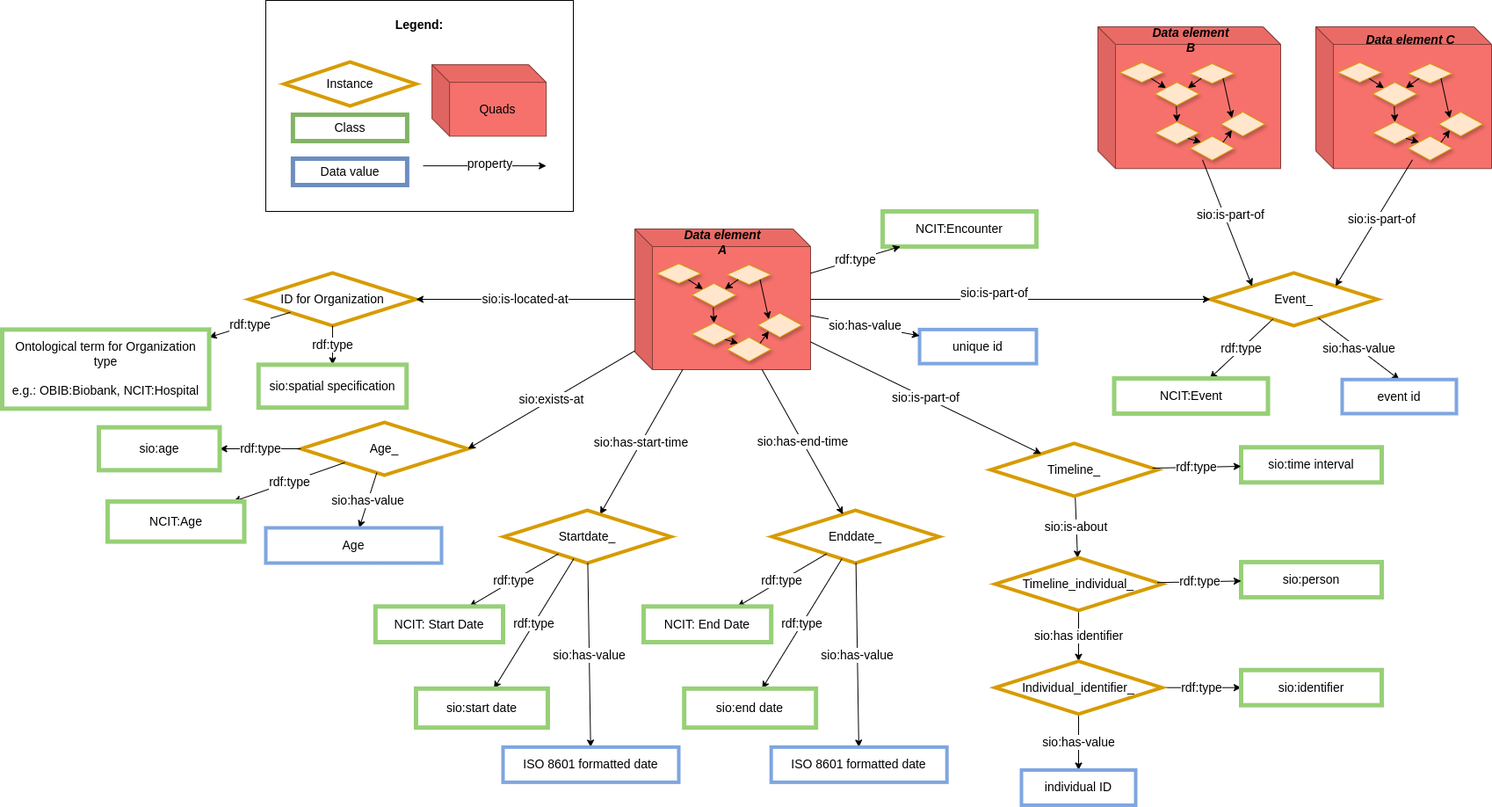
CARE-SM/CARE-Semantic-Model keeps this draw.io diagram as images/CARE-SM-Context.png. Above is the earlier version. Source tidied: cells renumbered, new cells last; positions are measured from the earlier drawing's top-left corner, leaving out a move shared by most shapes.
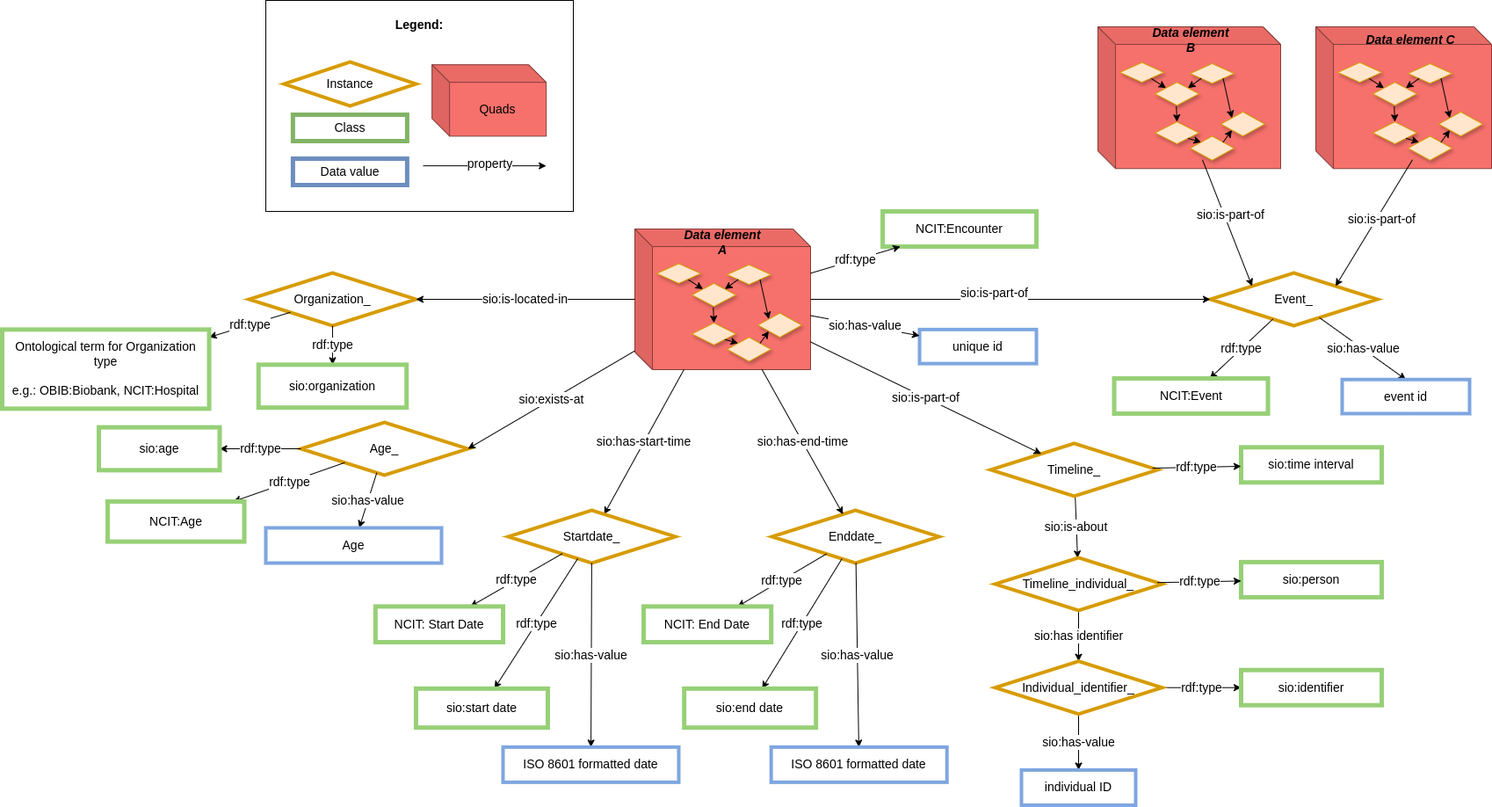
The same diagram one commit later.

What changed in the source:
```diff
@@ -51,7 +51,7 @@
       <mxGeometry relative="1" as="geometry" />
     </mxCell>
     <mxCell id="18" value="&lt;div style=&quot;font-size: 14px;&quot;&gt;&lt;font style=&quot;font-size: 14px;&quot;&gt;event id&lt;/font&gt;&lt;/div&gt;" style="whiteSpace=wrap;html=1;fillColor=#FFFFFF;strokeColor=#7EA6E0;strokeWidth=4;fontSize=14;" parent="1" vertex="1">
-      <mxGeometry x="1525" y="431.2" width="130" height="38.8" as="geometry" />
+      <mxGeometry x="1525" y="431.2" width="145" height="38.8" as="geometry" />
     </mxCell>
     <mxCell id="19" value="Age_" style="rhombus;whiteSpace=wrap;html=1;fillColor=#FFFFFF;strokeColor=#D79B00;strokeWidth=4;fontSize=14;" parent="1" vertex="1">
       <mxGeometry x="340" y="480" width="190" height="60" as="geometry" />
@@ -285,7 +285,7 @@
       <mxGeometry x="489.1" y="73.1" width="130" height="81.2" as="geometry" />
     </mxCell>
     <mxCell id="93" value="Startdate_" style="rhombus;whiteSpace=wrap;html=1;fillColor=#FFFFFF;strokeColor=#D79B00;perimeter=rhombusPerimeter;arcSize=20;comic=0;enumerate=0;strokeWidth=4;rounded=0;fontSize=14;" parent="1" vertex="1">
-      <mxGeometry x="571" y="580" width="190" height="60" as="geometry" />
+      <mxGeometry x="576" y="580" width="190" height="60" as="geometry" />
     </mxCell>
     <mxCell id="94" value="rdf:type" style="edgeStyle=none;rounded=0;jettySize=auto;html=1;fontSize=14;" parent="1" edge="1" source="93" target="95">
       <mxGeometry relative="1" as="geometry" />
@@ -305,16 +305,16 @@
     <mxCell id="99" value="&lt;font style=&quot;font-size: 14px;&quot;&gt;NCIT: Start Date&lt;/font&gt;" style="whiteSpace=wrap;html=1;fillColor=#FFFFFF;strokeColor=#97D077;strokeWidth=5;fontSize=14;" parent="1" vertex="1">
       <mxGeometry x="424.8" y="689.4" width="145.2" height="40.6" as="geometry" />
     </mxCell>
-    <mxCell id="100" value="ID for Organization" style="rhombus;whiteSpace=wrap;html=1;fillColor=#FFFFFF;strokeColor=#D79B00;strokeWidth=4;fontSize=14;" parent="1" vertex="1">
+    <mxCell id="100" value="Organization_" style="rhombus;whiteSpace=wrap;html=1;fillColor=#FFFFFF;strokeColor=#D79B00;strokeWidth=4;fontSize=14;" parent="1" vertex="1">
       <mxGeometry x="281" y="310" width="190" height="60" as="geometry" />
     </mxCell>
     <mxCell id="101" value="rdf:type" style="edgeStyle=none;rounded=0;jettySize=auto;html=1;fontSize=14;" parent="1" edge="1" source="100" target="102">
       <mxGeometry relative="1" as="geometry" />
     </mxCell>
-    <mxCell id="102" value="&lt;div&gt;sio:spatial specification&lt;/div&gt;" style="whiteSpace=wrap;html=1;fillColor=#FFFFFF;strokeColor=#97D077;strokeWidth=5;fontSize=14;" parent="1" vertex="1">
+    <mxCell id="102" value="&lt;div&gt;sio:organization&lt;/div&gt;" style="whiteSpace=wrap;html=1;fillColor=#FFFFFF;strokeColor=#97D077;strokeWidth=5;fontSize=14;" parent="1" vertex="1">
       <mxGeometry x="291.7" y="414.4" width="168.5" height="48.8" as="geometry" />
     </mxCell>
-    <mxCell id="103" value="&lt;font style=&quot;font-size: 14px;&quot;&gt;sio:is-located-at&lt;/font&gt;" style="rounded=0;jettySize=auto;html=1;fontSize=14;" parent="1" edge="1" source="27" target="100">
+    <mxCell id="103" value="&lt;font style=&quot;font-size: 14px;&quot;&gt;sio:is-located-in&lt;/font&gt;" style="rounded=0;jettySize=auto;html=1;fontSize=14;" parent="1" edge="1" source="27" target="100">
       <mxGeometry relative="1" as="geometry" />
     </mxCell>
     <mxCell id="104" value="rdf:type" style="edgeStyle=none;rounded=0;jettySize=auto;html=1;fontSize=14;" parent="1" edge="1" source="100" target="105">
```
